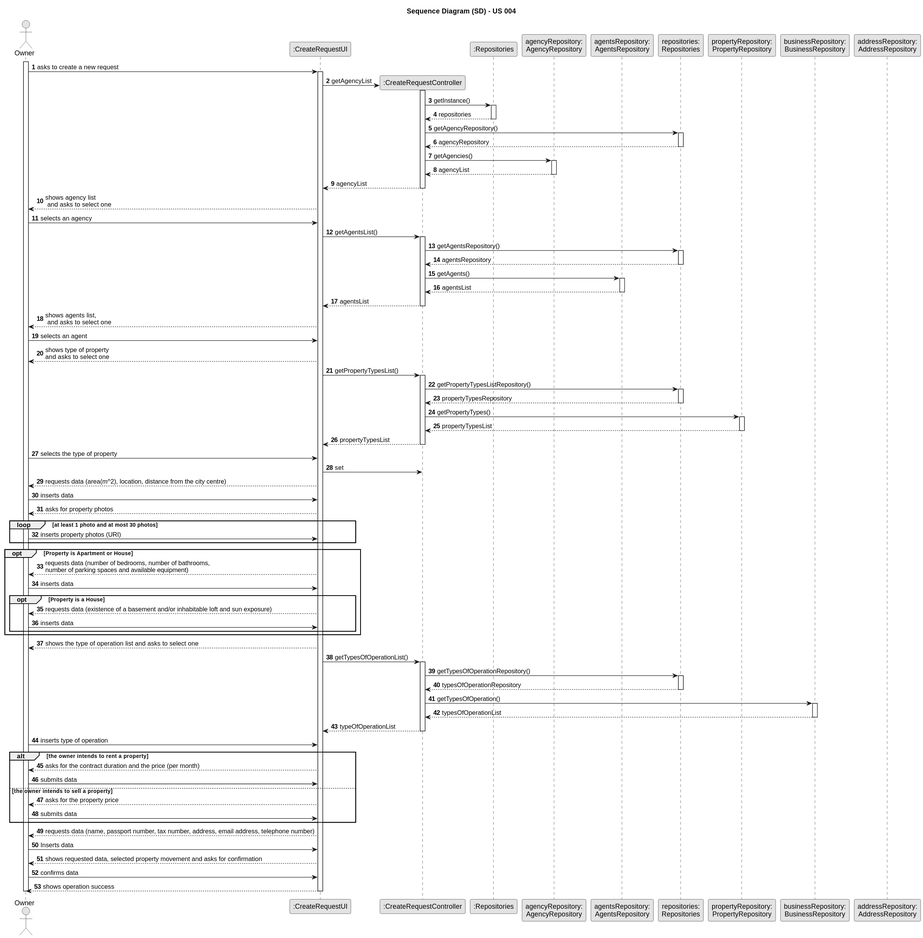
The PlantUML diagram docs/sprintB/us004/03.design/svg/us004-sequence-diagram.svg in 1220812/LAPR2, before a commit.
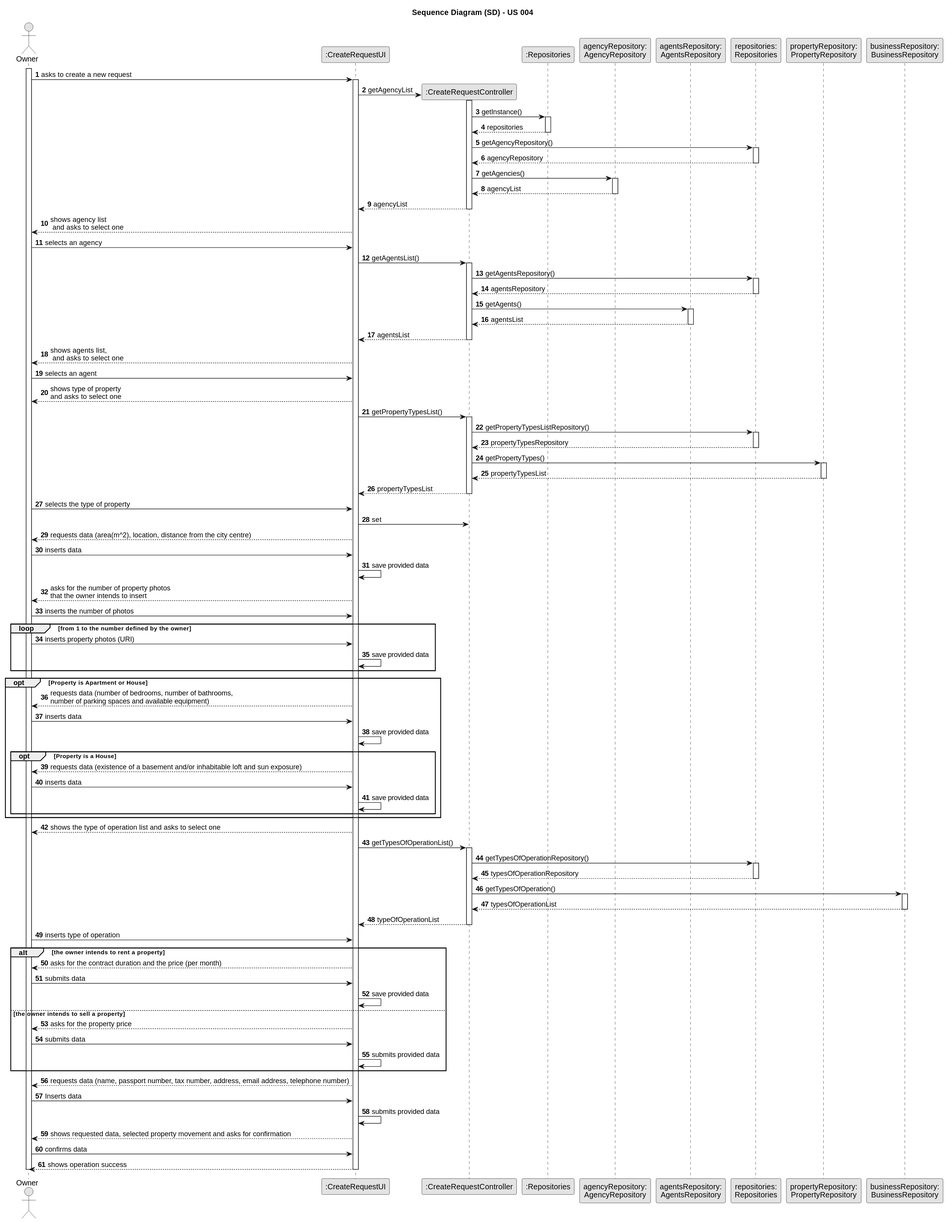
After the commit.

Commit message:
Sequence diagram done - US 004

What changed in the source:
```diff
@@ -15,7 +15,6 @@
 participant "requestRepository:\nAnnouncementRepository" as RR
 participant "propertyRepository:\nPropertyRepository" as PR
 participant "businessRepository:\nBusinessRepository" as BR
-participant "addressRepository:\nAddressRepository" as AR
 
 activate Owner
 
@@ -98,18 +97,24 @@
             Owner -> UI : selects the type of property
 
             UI -> CTRL : set
+
             UI --> Owner : requests data (area(m^2), location, distance from the city centre)
 
             Owner -> UI : inserts data
 
-            UI --> Owner : asks for property photos
+            UI -> UI : save provided data
 
-            loop at least 1 photo and at most 30 photos
+            UI --> Owner : asks for the number of property photos \nthat the owner intends to insert
+
+            Owner -> UI : inserts the number of photos
+
+            loop from 1 to the number defined by the owner
 
             Owner -> UI : inserts property photos (URI)
 
+            UI -> UI : save provided data
+
             end
-
 
     opt Property is Apartment or House
 
@@ -117,11 +122,15 @@
 
     Owner -> UI : inserts data
 
+    UI -> UI : save provided data
+
     opt Property is a House
 
          UI --> Owner : requests data (existence of a basement and/or inhabitable loft and sun exposure)
 
     Owner -> UI : inserts data
+
+    UI -> UI : save provided data
 
     end
 
@@ -154,15 +163,21 @@
 
     Owner -> UI : submits data
 
+    UI -> UI : save provided data
+
     else the owner intends to sell a property
     UI --> Owner : asks for the property price
 
     Owner -> UI : submits data
 
+    UI -> UI : submits provided data
+
     end
           UI --> Owner : requests data (name, passport number, tax number, address, email address, telephone number)
 
     Owner -> UI : Inserts data
+
+    UI -> UI : submits provided data
 
            UI --> Owner : shows requested data, selected property movement and asks for confirmation
 
```
